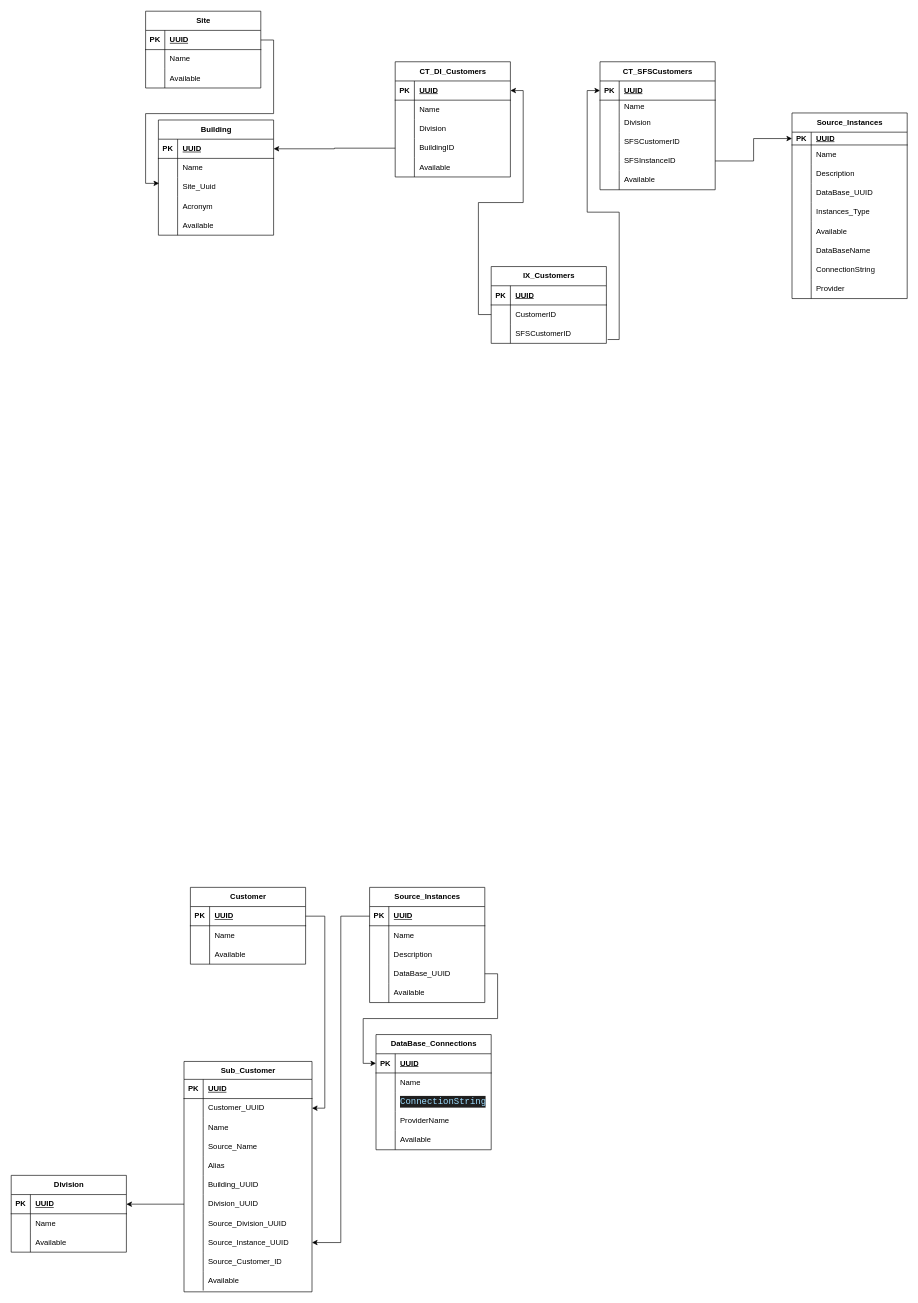
Above: page "Copy of Customers DATAINTEGRITY" (2 of 15) of Untitled Diagram.drawio in byok22/backend (draw.io), before the change. Source tidied: cells renumbered, new cells numbered last; positions are measured from the earlier drawing's top-left corner, leaving out a move shared by most shapes. Both pictures are drawn from the tidied source at 64%, with x=0, y=0 at pixel (11, 11).
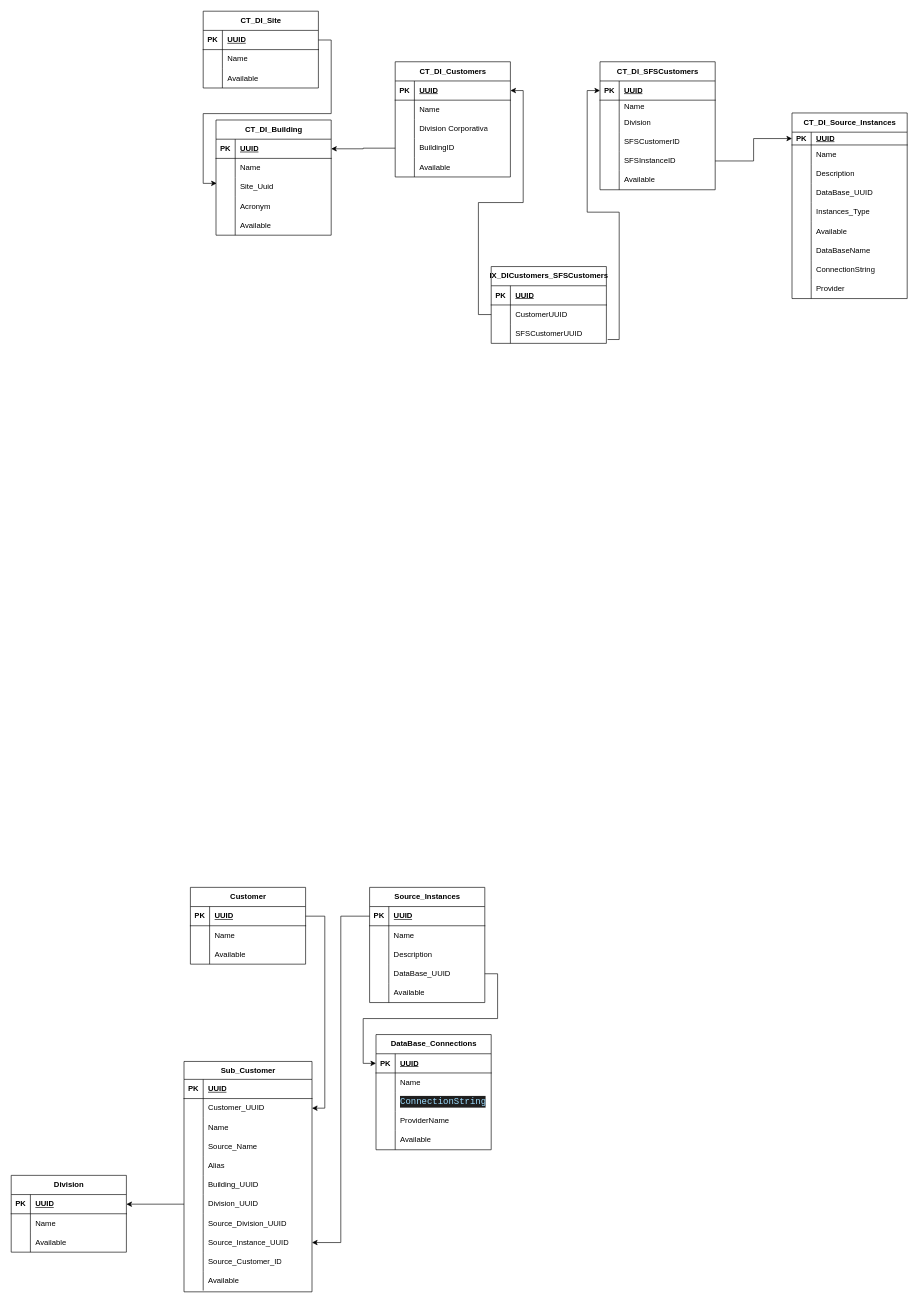
The same page after the edit.

Unchanged cells that the change refers to:
```xml
<mxCell id="25" style="shape=tableRow;horizontal=0;startSize=0;swimlaneHead=0;swimlaneBody=0;fillColor=none;top=0;left=0;right=0;bottom=0;" parent="18" vertex="1">
  <mxGeometry y="90" width="180" height="30" as="geometry" />
</mxCell>
<mxCell id="187" style="shape=tableRow;horizontal=0;startSize=0;swimlaneHead=0;swimlaneBody=0;fillColor=none;points=[[0,0.5],[1,0.5]];portConstraint=eastwest;top=0;left=0;right=0;bottom=0;" parent="183" vertex="1">
  <mxGeometry y="60" width="180" height="30" as="geometry" />
</mxCell>
<mxCell id="190" style="shape=tableRow;horizontal=0;startSize=0;swimlaneHead=0;swimlaneBody=0;fillColor=none;points=[[0,0.5],[1,0.5]];portConstraint=eastwest;top=0;left=0;right=0;bottom=0;" parent="183" vertex="1">
  <mxGeometry y="90" width="180" height="30" as="geometry" />
</mxCell>
```

What changed in the source:
```diff
@@
-    <mxCell id="2" value="Building" style="shape=table;startSize=30;childLayout=tableLayout;rowLines=0;fontStyle=1;align=center;html=1;" parent="1" vertex="1">
-      <mxGeometry x="230" y="170" width="180" height="180" as="geometry" />
+    <mxCell id="2" value="CT_DI_Building" style="shape=table;startSize=30;childLayout=tableLayout;rowLines=0;fontStyle=1;align=center;html=1;" parent="1" vertex="1">
+      <mxGeometry x="320" y="170" width="180" height="180" as="geometry" />
     </mxCell>
@@
-    <mxCell id="27" value="Division" style="shape=partialRectangle;fillColor=none;top=0;left=0;bottom=0;right=0;align=left;spacingLeft=6;overflow=hidden;whiteSpace=wrap;html=1;" parent="25" vertex="1">
+    <mxCell id="27" value="Division Corporativa" style="shape=partialRectangle;fillColor=none;top=0;left=0;bottom=0;right=0;align=left;spacingLeft=6;overflow=hidden;whiteSpace=wrap;html=1;" parent="25" vertex="1">
       <mxGeometry x="30" width="150" height="30" as="geometry" />
     </mxCell>
@@
-    <mxCell id="34" value="Site" style="shape=table;startSize=30;childLayout=tableLayout;rowLines=0;fontStyle=1;align=center;html=1;" parent="1" vertex="1">
-      <mxGeometry x="210" width="180" height="120" as="geometry" />
+    <mxCell id="34" value="CT_DI_Site" style="shape=table;startSize=30;childLayout=tableLayout;rowLines=0;fontStyle=1;align=center;html=1;" parent="1" vertex="1">
+      <mxGeometry x="300" width="180" height="120" as="geometry" />
     </mxCell>
@@
-    <mxCell id="45" value="Source_Instances" style="shape=table;startSize=30;childLayout=tableLayout;rowLines=0;fontStyle=1;align=center;html=1;" parent="1" vertex="1">
+    <mxCell id="45" value="CT_DI_Source_Instances" style="shape=table;startSize=30;childLayout=tableLayout;rowLines=0;fontStyle=1;align=center;html=1;" parent="1" vertex="1">
       <mxGeometry x="1220" y="159" width="180" height="290" as="geometry" />
     </mxCell>
@@
-    <mxCell id="163" value="CT_SFSCustomers" style="shape=table;startSize=30;childLayout=tableLayout;rowLines=0;fontStyle=1;align=center;html=1;" parent="1" vertex="1">
+    <mxCell id="163" value="CT_DI_SFSCustomers" style="shape=table;startSize=30;childLayout=tableLayout;rowLines=0;fontStyle=1;align=center;html=1;" parent="1" vertex="1">
       <mxGeometry x="920" y="79" width="180" height="200" as="geometry" />
     </mxCell>
@@
-    <mxCell id="183" value="IX_Customers" style="shape=table;startSize=30;childLayout=tableLayout;rowLines=0;fontStyle=1;align=center;html=1;" parent="1" vertex="1">
+    <mxCell id="183" value="IX_DICustomers_SFSCustomers" style="shape=table;startSize=30;childLayout=tableLayout;rowLines=0;fontStyle=1;align=center;html=1;" parent="1" vertex="1">
       <mxGeometry x="750" y="399" width="180" height="120" as="geometry" />
     </mxCell>
@@
-    <mxCell id="189" value="CustomerID" style="shape=partialRectangle;fillColor=none;top=0;left=0;bottom=0;right=0;align=left;spacingLeft=6;overflow=hidden;whiteSpace=wrap;html=1;" parent="187" vertex="1">
+    <mxCell id="189" value="CustomerUUID" style="shape=partialRectangle;fillColor=none;top=0;left=0;bottom=0;right=0;align=left;spacingLeft=6;overflow=hidden;whiteSpace=wrap;html=1;" parent="187" vertex="1">
       <mxGeometry x="30" width="150" height="30" as="geometry" />
     </mxCell>
@@
-    <mxCell id="192" value="SFSCustomerID" style="shape=partialRectangle;fillColor=none;top=0;left=0;bottom=0;right=0;align=left;spacingLeft=6;overflow=hidden;whiteSpace=wrap;html=1;" parent="190" vertex="1">
+    <mxCell id="192" value="SFSCustomerUUID" style="shape=partialRectangle;fillColor=none;top=0;left=0;bottom=0;right=0;align=left;spacingLeft=6;overflow=hidden;whiteSpace=wrap;html=1;" parent="190" vertex="1">
       <mxGeometry x="30" width="150" height="30" as="geometry" />
     </mxCell>
```
